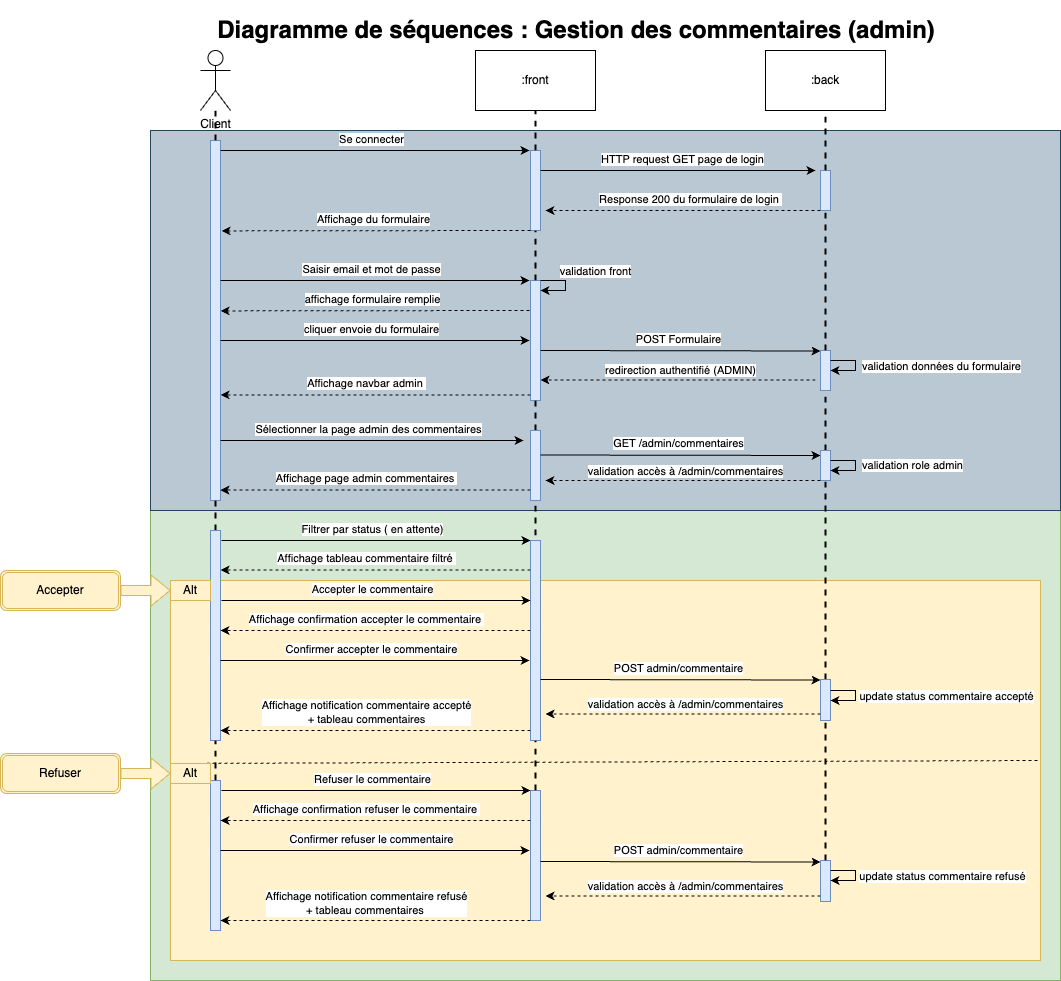
Earlier version of the draw.io export diagrammes/Diagramme de sequences Moderation Comments Admin.png (KenKaneki-42/P5_BlogPHP). Source tidied: cells renumbered, new cells last; positions are measured from the earlier drawing's top-left corner, leaving out a move shared by most shapes.
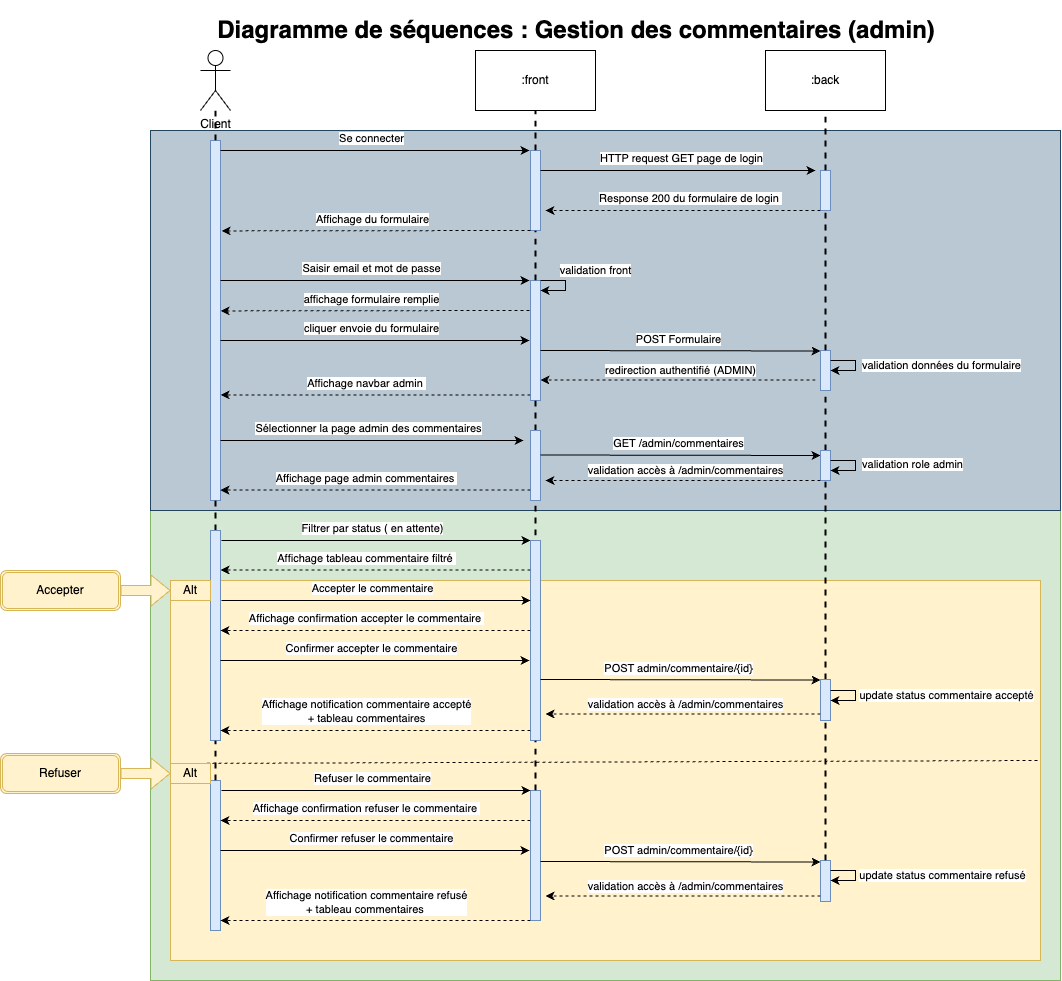
Above is the later version.

Change to the diagram source:
```diff
@@ -351,7 +351,7 @@
         <mxPoint x="820" y="669.5" as="targetPoint" />
       </mxGeometry>
     </mxCell>
-    <mxCell id="74" value="POST admin/commentaire" style="edgeLabel;html=1;align=center;verticalAlign=middle;" parent="73" vertex="1">
+    <mxCell id="74" value="POST admin/commentaire/{id}" style="edgeLabel;html=1;align=center;verticalAlign=middle;" parent="73" vertex="1">
       <mxGeometry x="-0.11" relative="1" as="geometry">
         <mxPoint x="13" y="-12" as="offset" />
       </mxGeometry>
@@ -458,7 +458,7 @@
         <mxPoint x="820" y="851.5" as="targetPoint" />
       </mxGeometry>
     </mxCell>
-    <mxCell id="94" value="POST admin/commentaire" style="edgeLabel;html=1;align=center;verticalAlign=middle;" parent="93" vertex="1">
+    <mxCell id="94" value="POST admin/commentaire/{id}" style="edgeLabel;html=1;align=center;verticalAlign=middle;" parent="93" vertex="1">
       <mxGeometry x="-0.11" relative="1" as="geometry">
         <mxPoint x="13" y="-12" as="offset" />
       </mxGeometry>
```
